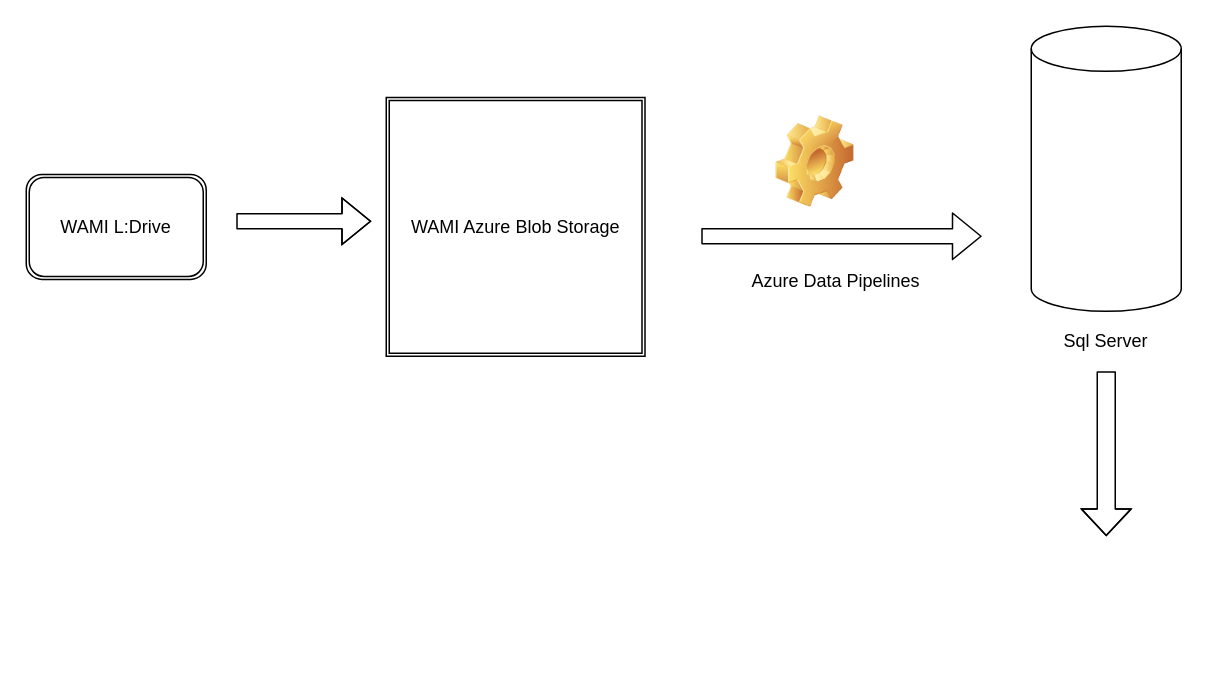
The draw.io diagram page "Architecture V1" (1 of 2) of Database Development.drawio in RasithaCLiyanage/WAMI-Datasever, before the edit. Source tidied: cells renumbered, new cells numbered last; positions are measured from the earlier drawing's top-left corner, leaving out a move shared by most shapes. Both pictures are drawn from the tidied source at 150%, with x=0, y=0 at pixel (26, 26). Pictures stored in the file or linked from it are replaced by grey dashed boxes.
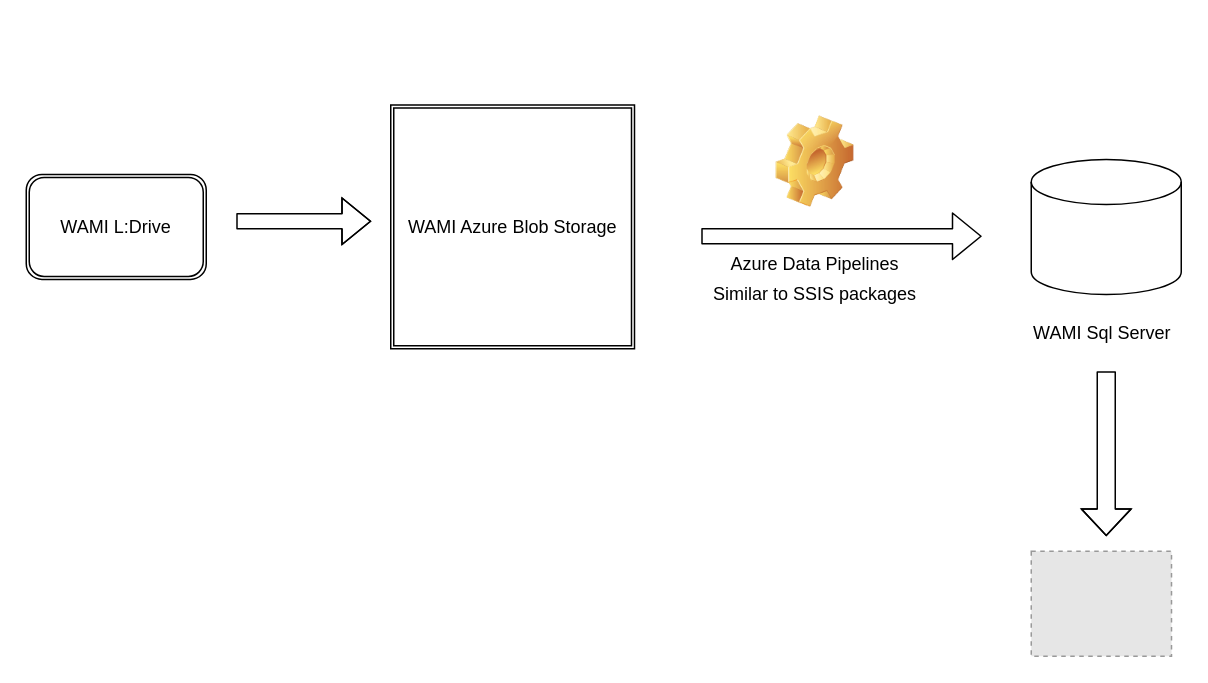
The same diagram, later.

What changed in the source:
```diff
@@
 <mxGraphModel>
   <root>
     <mxCell id="0" />
     <mxCell id="1" parent="0" />
     <mxCell id="2" value="WAMI L:Drive" style="shape=ext;double=1;rounded=1;whiteSpace=wrap;html=1;" parent="1" vertex="1">
       <mxGeometry y="98.8" width="120" height="70" as="geometry" />
     </mxCell>
     <mxCell id="3" value="WAMI Azure Blob Storage" style="shape=ext;double=1;whiteSpace=wrap;html=1;" parent="1" vertex="1">
-      <mxGeometry x="240" y="47.5" width="172.5" height="172.5" as="geometry" />
+      <mxGeometry x="243" y="52.5" width="162.5" height="162.5" as="geometry" />
     </mxCell>
     <mxCell id="4" style="shape=flexArrow;endArrow=classic;html=1;" parent="1" edge="1">
       <mxGeometry relative="1" as="geometry">
         <mxPoint x="140" y="130" as="sourcePoint" />
         <mxPoint x="230" y="130" as="targetPoint" />
         <Array as="points">
           <mxPoint x="160" y="130" />
         </Array>
       </mxGeometry>
     </mxCell>
     <mxCell id="5" style="shape=flexArrow;endArrow=classic;html=1;" parent="1" edge="1">
       <mxGeometry relative="1" as="geometry">
         <mxPoint x="450" y="140" as="sourcePoint" />
         <mxPoint x="637" y="140" as="targetPoint" />
       </mxGeometry>
     </mxCell>
     <mxCell id="6" style="shape=cylinder3;whiteSpace=wrap;html=1;boundedLbl=1;backgroundOutline=1;size=15;" parent="1" vertex="1">
-      <mxGeometry x="670" width="100" height="190" as="geometry" />
+      <mxGeometry x="670" y="88.8" width="100" height="90" as="geometry" />
     </mxCell>
-    <mxCell id="7" value="Sql Server" style="text;html=1;strokeColor=none;fillColor=none;align=center;verticalAlign=middle;whiteSpace=wrap;rounded=0;" parent="1" vertex="1">
-      <mxGeometry x="675" y="200" width="90" height="20" as="geometry" />
+    <mxCell id="7" value="WAMI Sql Server" style="text;html=1;strokeColor=none;fillColor=none;align=center;verticalAlign=middle;whiteSpace=wrap;rounded=0;" parent="1" vertex="1">
+      <mxGeometry x="665" y="195" width="105" height="20" as="geometry" />
     </mxCell>
     <mxCell id="8" style="shape=image;html=1;verticalLabelPosition=bottom;verticalAlign=top;imageAspect=1;image=img/clipart/Gear_128x128.png;" parent="1" vertex="1">
       <mxGeometry x="500" y="60" width="52" height="61" as="geometry" />
     </mxCell>
     <mxCell id="9" value="Azure Data Pipelines" style="text;html=1;strokeColor=none;fillColor=none;align=center;verticalAlign=middle;whiteSpace=wrap;rounded=0;" parent="1" vertex="1">
-      <mxGeometry x="470" y="160" width="140" height="20" as="geometry" />
+      <mxGeometry x="456" y="148.8" width="140" height="20" as="geometry" />
     </mxCell>
     <mxCell id="10" style="shape=flexArrow;endArrow=classic;html=1;width=12;endSize=5.53;" parent="1" edge="1">
       <mxGeometry relative="1" as="geometry">
         <mxPoint x="720" y="230" as="sourcePoint" />
         <mxPoint x="720" y="340" as="targetPoint" />
         <Array as="points">
           <mxPoint x="720" y="250" />
         </Array>
       </mxGeometry>
     </mxCell>
+    <mxCell id="11" style="fillColor=#E6E6E6;strokeColor=#999999;dashed=1;verticalLabelPosition=bottom;labelBackgroundColor=#ffffff;verticalAlign=top;" parent="1" vertex="1">
+      <mxGeometry x="670" y="350" width="93.5" height="70" as="geometry" />
+    </mxCell>
+    <mxCell id="12" value="Similar to SSIS packages" style="text;html=1;strokeColor=none;fillColor=none;align=center;verticalAlign=middle;whiteSpace=wrap;rounded=0;" parent="1" vertex="1">
+      <mxGeometry x="456" y="168.8" width="140" height="20" as="geometry" />
+    </mxCell>
   </root>
 </mxGraphModel>
```
